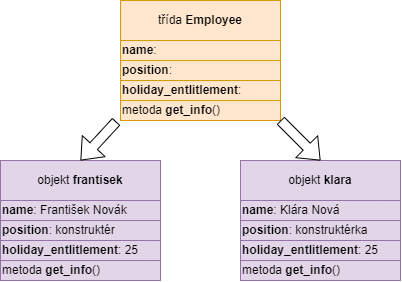
Earlier version of the draw.io export zaklady-oop/tridy/assets/trida_objekty.png (Czechitas-Python/python-oop). Source tidied: cells renumbered, new cells last; positions are measured from the earlier drawing's top-left corner, leaving out a move shared by most shapes.
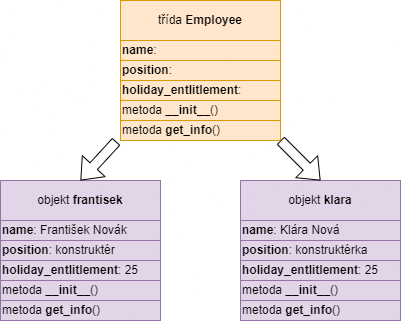
The same diagram one commit later.

Commit message:
Oprava obrázku

Change to the diagram source:
```diff
@@ -3,16 +3,16 @@
     <mxCell id="0" />
     <mxCell id="1" parent="0" />
     <mxCell id="2" value="třída&amp;nbsp;&lt;b&gt;Employee&lt;/b&gt;" style="rounded=0;whiteSpace=wrap;html=1;fillColor=#ffe6cc;strokeColor=#d79b00;" parent="1" vertex="1">
-      <mxGeometry x="120" width="160" height="40" as="geometry" />
+      <mxGeometry x="120" y="-20" width="160" height="40" as="geometry" />
     </mxCell>
     <mxCell id="3" value="&lt;b&gt;name&lt;/b&gt;:" style="rounded=0;whiteSpace=wrap;html=1;fillColor=#ffe6cc;strokeColor=#d79b00;align=left;" parent="1" vertex="1">
-      <mxGeometry x="120" y="40" width="160" height="20" as="geometry" />
+      <mxGeometry x="120" y="20" width="160" height="20" as="geometry" />
     </mxCell>
     <mxCell id="4" value="&lt;b&gt;position&lt;/b&gt;:" style="rounded=0;whiteSpace=wrap;html=1;fillColor=#ffe6cc;strokeColor=#d79b00;align=left;" parent="1" vertex="1">
-      <mxGeometry x="120" y="60" width="160" height="20" as="geometry" />
+      <mxGeometry x="120" y="40" width="160" height="20" as="geometry" />
     </mxCell>
     <mxCell id="5" value="&lt;b&gt;holiday_entlitlement&lt;/b&gt;:" style="rounded=0;whiteSpace=wrap;html=1;fillColor=#ffe6cc;strokeColor=#d79b00;align=left;" parent="1" vertex="1">
-      <mxGeometry x="120" y="80" width="160" height="20" as="geometry" />
+      <mxGeometry x="120" y="60" width="160" height="20" as="geometry" />
     </mxCell>
     <mxCell id="6" value="objekt&amp;nbsp;&lt;b&gt;frantisek&lt;/b&gt;" style="rounded=0;whiteSpace=wrap;html=1;fillColor=#e1d5e7;strokeColor=#9673a6;" parent="1" vertex="1">
       <mxGeometry y="160" width="160" height="40" as="geometry" />
@@ -38,20 +38,33 @@
     <mxCell id="13" value="&lt;b&gt;holiday_entlitlement&lt;/b&gt;: 25" style="rounded=0;whiteSpace=wrap;html=1;fillColor=#e1d5e7;strokeColor=#9673a6;align=left;" parent="1" vertex="1">
       <mxGeometry x="240" y="240" width="160" height="20" as="geometry" />
     </mxCell>
-    <mxCell id="14" value="metoda &lt;b&gt;get_info&lt;/b&gt;()" style="rounded=0;whiteSpace=wrap;html=1;fillColor=#ffe6cc;strokeColor=#d79b00;align=left;" parent="1" vertex="1">
-      <mxGeometry x="120" y="100" width="160" height="20" as="geometry" />
+    <mxCell id="14" value="metoda &lt;b&gt;__init__&lt;/b&gt;()" style="rounded=0;whiteSpace=wrap;html=1;fillColor=#ffe6cc;strokeColor=#d79b00;align=left;" parent="1" vertex="1">
+      <mxGeometry x="120" y="80" width="160" height="20" as="geometry" />
     </mxCell>
     <mxCell id="15" value="metoda&amp;nbsp;&lt;b style=&quot;border-color: var(--border-color);&quot;&gt;get_info&lt;/b&gt;()" style="rounded=0;whiteSpace=wrap;html=1;fillColor=#e1d5e7;strokeColor=#9673a6;align=left;" parent="1" vertex="1">
-      <mxGeometry y="260" width="160" height="20" as="geometry" />
+      <mxGeometry y="280" width="160" height="20" as="geometry" />
     </mxCell>
     <mxCell id="16" value="metoda&amp;nbsp;&lt;b style=&quot;border-color: var(--border-color);&quot;&gt;get_info&lt;/b&gt;()" style="rounded=0;whiteSpace=wrap;html=1;fillColor=#e1d5e7;strokeColor=#9673a6;align=left;" parent="1" vertex="1">
-      <mxGeometry x="240" y="260" width="160" height="20" as="geometry" />
+      <mxGeometry x="240" y="280" width="160" height="20" as="geometry" />
     </mxCell>
-    <mxCell id="17" style="shape=flexArrow;endArrow=classic;html=1;rounded=0;entryX=0.5;entryY=0;entryDx=0;entryDy=0;exitX=-0.026;exitY=1.052;exitDx=0;exitDy=0;exitPerimeter=0;" parent="1" edge="1" source="14" target="6">
-      <mxGeometry relative="1" as="geometry" />
+    <mxCell id="17" style="shape=flexArrow;endArrow=classic;html=1;rounded=0;entryX=0.5;entryY=0;entryDx=0;entryDy=0;exitX=-0.026;exitY=1.052;exitDx=0;exitDy=0;exitPerimeter=0;" parent="1" edge="1" target="6">
+      <mxGeometry relative="1" as="geometry">
+        <mxPoint x="115.8" y="121" as="sourcePoint" />
+      </mxGeometry>
     </mxCell>
-    <mxCell id="18" style="shape=flexArrow;endArrow=classic;html=1;rounded=0;entryX=0.5;entryY=0;entryDx=0;entryDy=0;exitX=1;exitY=1;exitDx=0;exitDy=0;" parent="1" edge="1" source="14" target="10">
-      <mxGeometry relative="1" as="geometry" />
+    <mxCell id="18" style="shape=flexArrow;endArrow=classic;html=1;rounded=0;entryX=0.5;entryY=0;entryDx=0;entryDy=0;exitX=1;exitY=1;exitDx=0;exitDy=0;" parent="1" edge="1" target="10">
+      <mxGeometry relative="1" as="geometry">
+        <mxPoint x="280" y="120" as="sourcePoint" />
+      </mxGeometry>
     </mxCell>
+    <mxCell id="19" value="metoda &lt;b&gt;get_info&lt;/b&gt;()" style="rounded=0;whiteSpace=wrap;html=1;fillColor=#ffe6cc;strokeColor=#d79b00;align=left;" parent="1" vertex="1">
+      <mxGeometry x="120" y="100" width="160" height="20" as="geometry" />
+    </mxCell>
+    <mxCell id="20" value="metoda &lt;b&gt;__init__&lt;/b&gt;()" style="rounded=0;whiteSpace=wrap;html=1;fillColor=#e1d5e7;strokeColor=#9673a6;align=left;" parent="1" vertex="1">
+      <mxGeometry y="260" width="160" height="20" as="geometry" />
+    </mxCell>
+    <mxCell id="21" value="metoda &lt;b&gt;__init__&lt;/b&gt;()" style="rounded=0;whiteSpace=wrap;html=1;fillColor=#e1d5e7;strokeColor=#9673a6;align=left;" parent="1" vertex="1">
+      <mxGeometry x="240" y="260" width="160" height="20" as="geometry" />
+    </mxCell>
   </root>
 </mxGraphModel>
```
